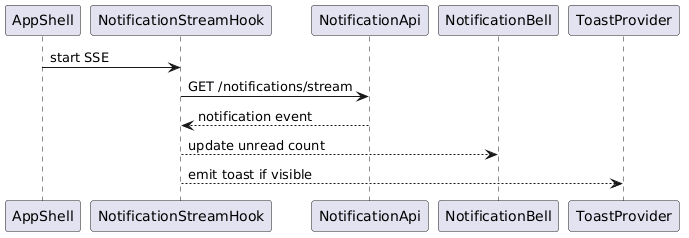
Earlier version of the PlantUML export docs/detailed-designs/diagrams/rendered/fe_seq_notifications.png (QuinntyneBrown/LendQ).
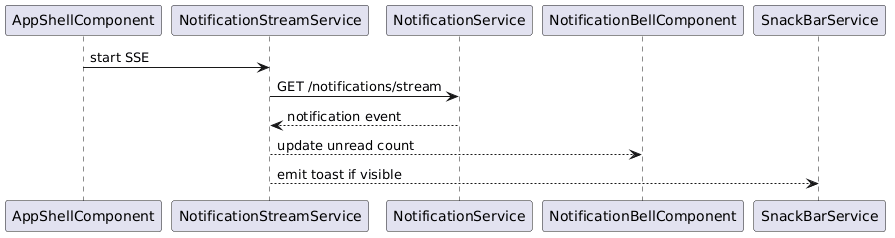
After the commit.

The edit, as a diff of the source:
```diff
@@ -1,13 +1,13 @@
 @startuml
-participant AppShell
-participant NotificationStreamHook
-participant NotificationApi
-participant NotificationBell
-participant ToastProvider
+participant AppShellComponent
+participant NotificationStreamService
+participant NotificationService
+participant NotificationBellComponent
+participant SnackBarService
 
-AppShell -> NotificationStreamHook : start SSE
-NotificationStreamHook -> NotificationApi : GET /notifications/stream
-NotificationApi --> NotificationStreamHook : notification event
-NotificationStreamHook --> NotificationBell : update unread count
-NotificationStreamHook --> ToastProvider : emit toast if visible
+AppShellComponent -> NotificationStreamService : start SSE
+NotificationStreamService -> NotificationService : GET /notifications/stream
+NotificationService --> NotificationStreamService : notification event
+NotificationStreamService --> NotificationBellComponent : update unread count
+NotificationStreamService --> SnackBarService : emit toast if visible
 @enduml
```
